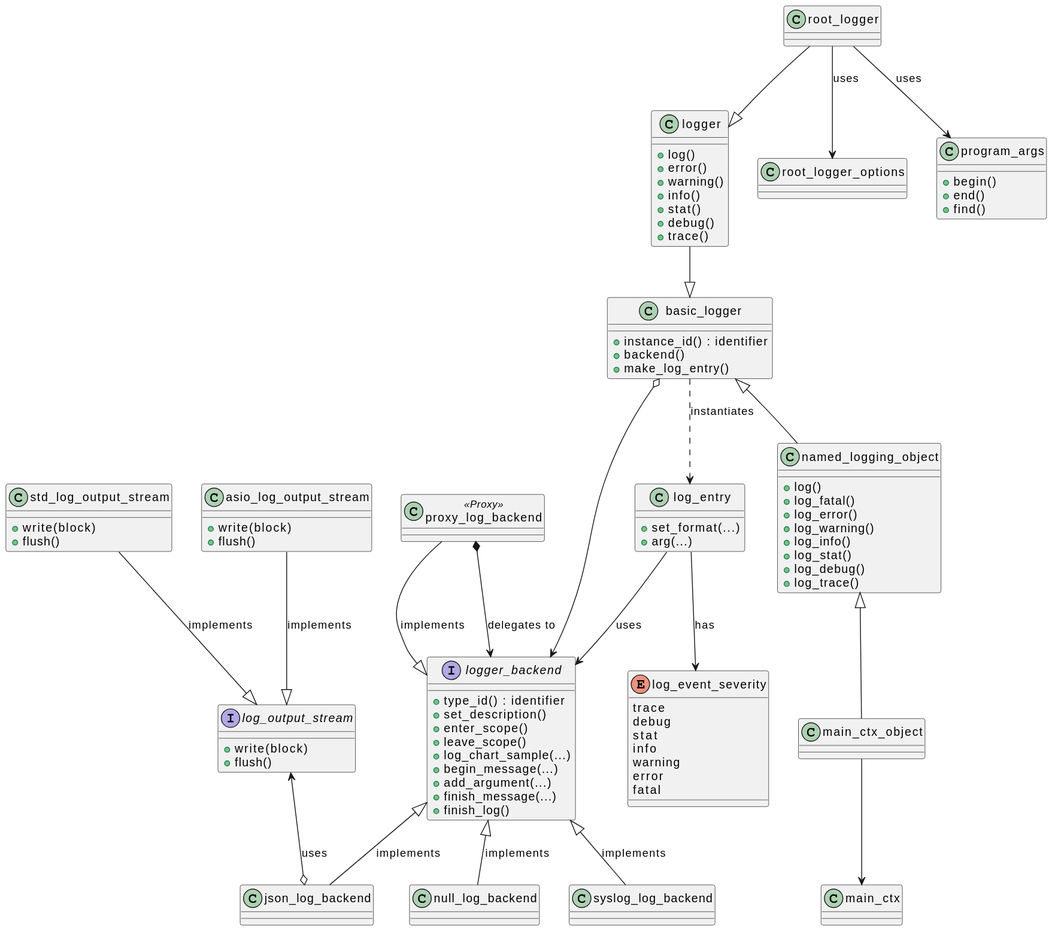
This is doc/diagrams/eagine/logging_overview.svg from matus-chochlik/eagine-core, a PlantUML export, as it was before one commit.
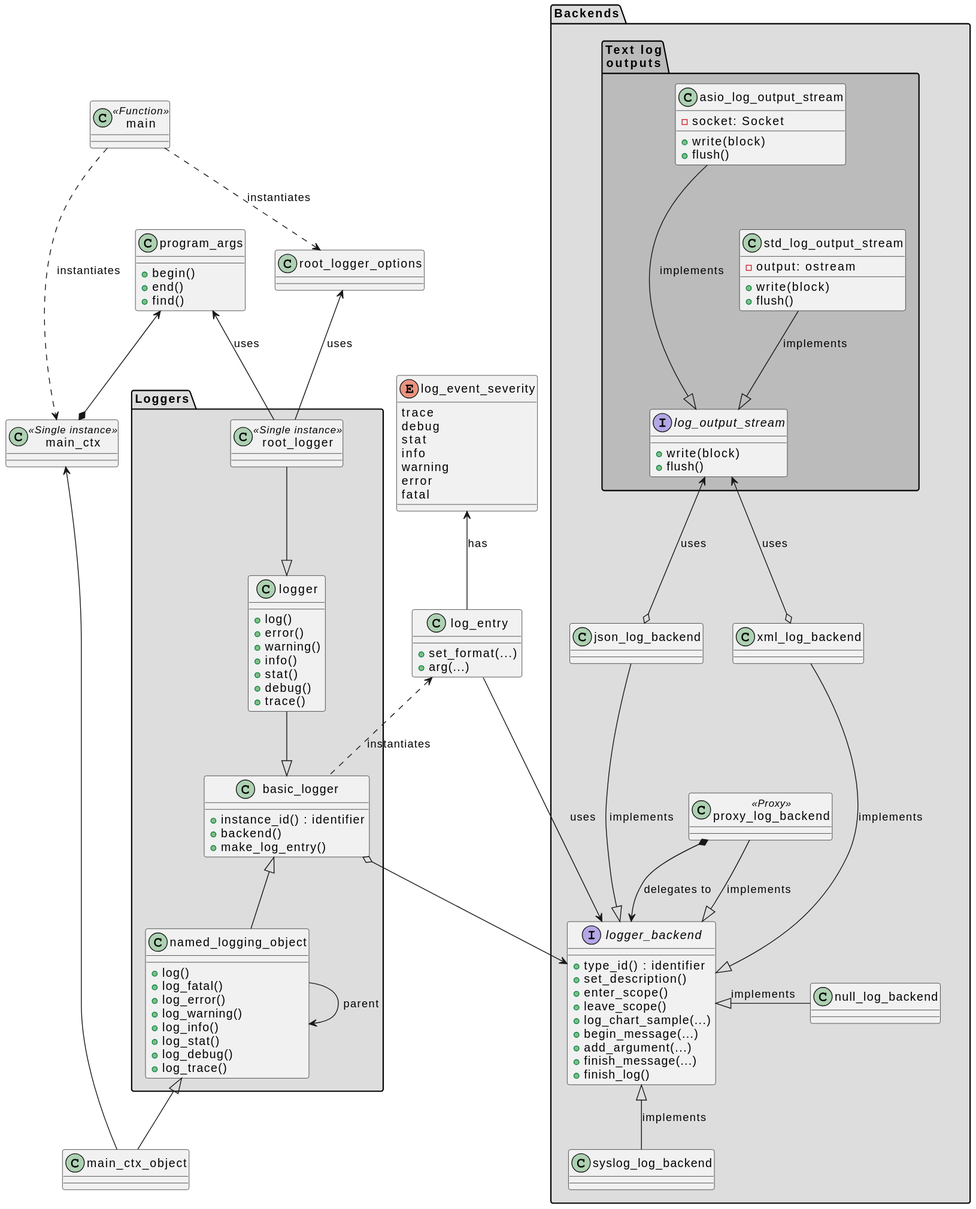
The same file after the commit.

Commit message:
Updated the logging overview diagram

What changed in the source:
```diff
@@ -8,6 +8,8 @@
     error
     fatal
 }
+
+package "Backends" #DDDDDD {
 
 interface logger_backend {
     +type_id() : identifier
@@ -30,8 +32,16 @@
 class json_log_backend {
 }
 
+class xml_log_backend {
+}
+
 class proxy_log_backend <<Proxy>> {
 }
+
+json_log_backend -[hidden]- proxy_log_backend
+xml_log_backend -[hidden]- proxy_log_backend
+
+package "Text log\noutputs" #BBBBBB {
 
 interface log_output_stream {
     +write(block)
@@ -39,19 +49,29 @@
 }
 
 class std_log_output_stream {
+    -output: ostream
     +write(block)
     +flush()
 }
 
 class asio_log_output_stream {
+    -socket: Socket
     +write(block)
     +flush()
 }
+
+asio_log_output_stream -[hidden]- std_log_output_stream
+
+}
+}
+
 
 class log_entry {
     +set_format(...)
     +arg(...)
 }
+
+package Loggers #DDDDDD {
 
 class basic_logger {
     +instance_id() : identifier
@@ -80,7 +100,11 @@
     +log_trace()
 }
 
-class root_logger {
+named_logging_object --> named_logging_object: parent
+
+class root_logger <<Single instance>> {
+}
+
 }
 
 class root_logger_options {
@@ -95,30 +119,39 @@
 class main_ctx_object {
 }
 
-class main_ctx {
+class main_ctx <<Single instance>> {
+}
+
+class main <<Function>> {
 }
 
 std_log_output_stream --|> log_output_stream: implements
 asio_log_output_stream --|> log_output_stream: implements
 
 log_output_stream <--o json_log_backend: uses
+log_output_stream <--o xml_log_backend: uses
 
-logger_backend <|-- null_log_backend : implements
+logger_backend <|-right- null_log_backend : implements
 logger_backend <|-- syslog_log_backend : implements
-logger_backend <|-- json_log_backend : implements
+json_log_backend --|> logger_backend : implements
+xml_log_backend --|> logger_backend : implements
 proxy_log_backend --|> logger_backend : implements
 proxy_log_backend *--> logger_backend : delegates to
 
-log_entry --> log_event_severity : has
+log_event_severity <-- log_entry : has
 log_entry --> logger_backend : uses
 
-basic_logger ..> log_entry : instantiates
+log_entry <.. basic_logger : instantiates
 basic_logger o--> logger_backend
 logger --|> basic_logger
 basic_logger <|-- named_logging_object
 named_logging_object <|--  main_ctx_object
-main_ctx_object --> main_ctx
+main_ctx_object -left-> main_ctx
+program_args <--* main_ctx
 root_logger --|> logger
-root_logger --> program_args : uses
-root_logger --> root_logger_options : uses
+root_logger -up-> program_args : uses
+root_logger -up-> root_logger_options : uses
+
+main ..> main_ctx: instantiates
+main ..> root_logger_options: instantiates
 @enduml
```
